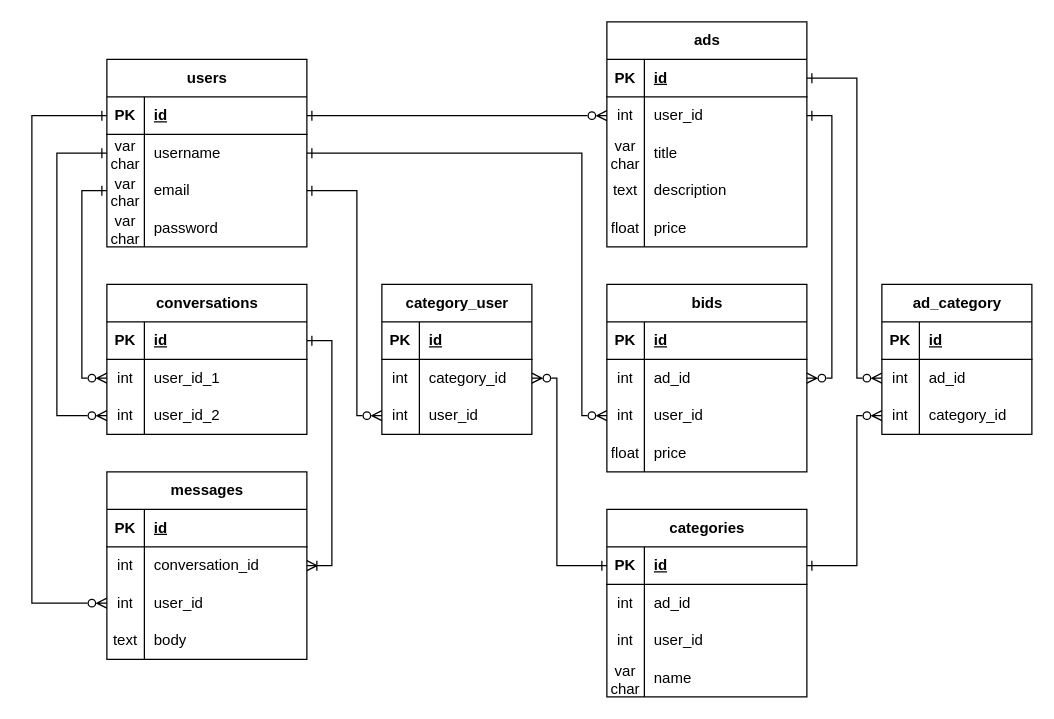
Before: marketplace-database.drawio in LeggyBoiTim/laravel-marketplace, a draw.io diagram. Source tidied: cells renumbered, new cells numbered last; positions are measured from the earlier drawing's top-left corner, leaving out a move shared by most shapes. Both pictures are drawn from the tidied source at 125%, with x=0, y=0 at pixel (31, 21).
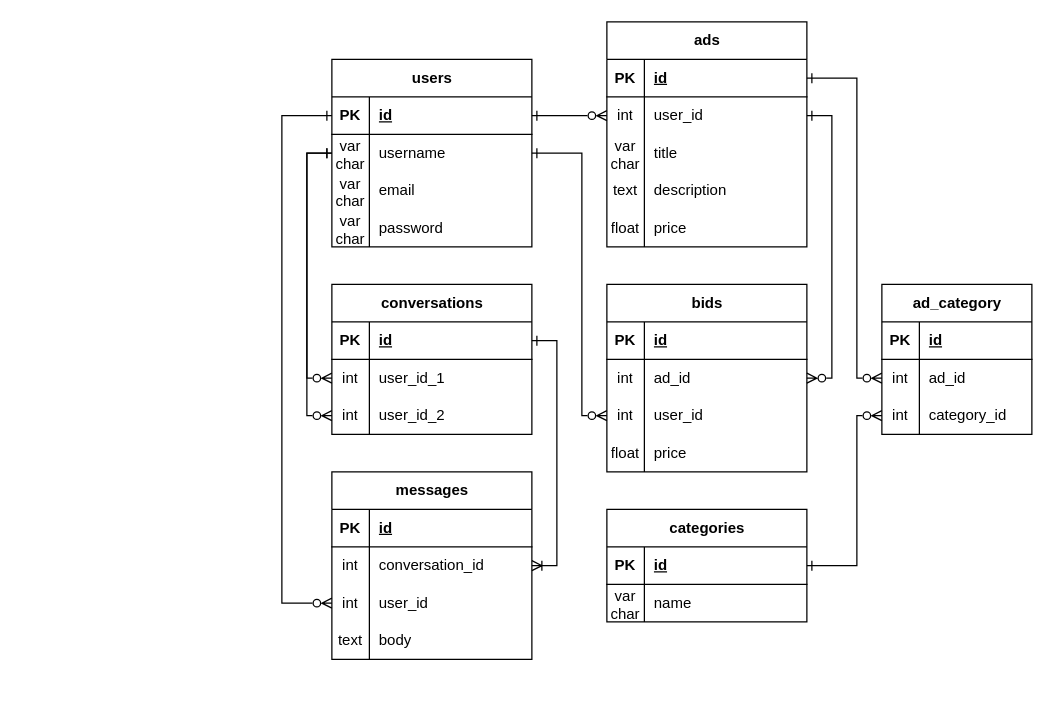
The same page after the edit.

The change refers to these unchanged cells:
```xml
<mxCell id="3" style="shape=tableRow;horizontal=0;startSize=0;swimlaneHead=0;swimlaneBody=0;fillColor=none;points=[[0,0.5],[1,0.5]];portConstraint=eastwest;top=0;left=0;right=0;bottom=1;" parent="2" vertex="1">
  <mxGeometry y="30" width="160" height="30" as="geometry" />
</mxCell>
<mxCell id="6" style="shape=tableRow;horizontal=0;startSize=0;swimlaneHead=0;swimlaneBody=0;fillColor=none;points=[[0,0.5],[1,0.5]];portConstraint=eastwest;top=0;left=0;right=0;bottom=0;" parent="2" vertex="1">
  <mxGeometry y="60" width="160" height="30" as="geometry" />
</mxCell>
<mxCell id="9" style="shape=tableRow;horizontal=0;startSize=0;swimlaneHead=0;swimlaneBody=0;fillColor=none;points=[[0,0.5],[1,0.5]];portConstraint=eastwest;top=0;left=0;right=0;bottom=0;" parent="2" vertex="1">
  <mxGeometry y="90" width="160" height="30" as="geometry" />
</mxCell>
<mxCell id="19" style="shape=tableRow;horizontal=0;startSize=0;swimlaneHead=0;swimlaneBody=0;fillColor=none;points=[[0,0.5],[1,0.5]];portConstraint=eastwest;top=0;left=0;right=0;bottom=0;" parent="15" vertex="1">
  <mxGeometry y="60" width="160" height="30" as="geometry" />
</mxCell>
<mxCell id="45" style="shape=tableRow;horizontal=0;startSize=0;swimlaneHead=0;swimlaneBody=0;fillColor=none;points=[[0,0.5],[1,0.5]];portConstraint=eastwest;top=0;left=0;right=0;bottom=1;" parent="44" vertex="1">
  <mxGeometry y="30" width="160" height="30" as="geometry" />
</mxCell>
<mxCell id="64" style="shape=tableRow;horizontal=0;startSize=0;swimlaneHead=0;swimlaneBody=0;fillColor=none;points=[[0,0.5],[1,0.5]];portConstraint=eastwest;top=0;left=0;right=0;bottom=0;" parent="57" vertex="1">
  <mxGeometry y="90" width="160" height="30" as="geometry" />
</mxCell>
<mxCell id="74" style="shape=tableRow;horizontal=0;startSize=0;swimlaneHead=0;swimlaneBody=0;fillColor=none;points=[[0,0.5],[1,0.5]];portConstraint=eastwest;top=0;left=0;right=0;bottom=0;" parent="70" vertex="1">
  <mxGeometry y="60" width="160" height="30" as="geometry" />
</mxCell>
<mxCell id="77" style="shape=tableRow;horizontal=0;startSize=0;swimlaneHead=0;swimlaneBody=0;fillColor=none;points=[[0,0.5],[1,0.5]];portConstraint=eastwest;top=0;left=0;right=0;bottom=0;" parent="70" vertex="1">
  <mxGeometry y="90" width="160" height="30" as="geometry" />
</mxCell>
```

Diff of the diagram source:
```diff
@@
     <mxCell id="2" value="users" style="shape=table;startSize=30;childLayout=tableLayout;rowLines=0;fontStyle=1;align=center;html=1;" parent="1" vertex="1">
-      <mxGeometry x="60" y="30" width="160" height="150" as="geometry" />
+      <mxGeometry x="240" y="30" width="160" height="150" as="geometry" />
     </mxCell>
@@
     <mxCell id="44" value="categories" style="shape=table;startSize=30;childLayout=tableLayout;rowLines=0;fontStyle=1;align=center;html=1;" parent="1" vertex="1">
-      <mxGeometry x="460" y="390" width="160" height="150" as="geometry" />
+      <mxGeometry x="460" y="390" width="160" height="90" as="geometry" />
     </mxCell>
@@
-    <mxCell id="48" style="shape=tableRow;horizontal=0;startSize=0;swimlaneHead=0;swimlaneBody=0;fillColor=none;top=0;left=0;right=0;bottom=0;" parent="44" vertex="1">
-      <mxGeometry y="60" width="160" height="30" as="geometry" />
-    </mxCell>
-    <mxCell id="49" value="int" style="shape=partialRectangle;fillColor=none;top=0;left=0;bottom=0;right=0;overflow=hidden;whiteSpace=wrap;html=1;" parent="48" vertex="1">
-      <mxGeometry width="30" height="30" as="geometry" />
-    </mxCell>
-    <mxCell id="50" value="ad_id" style="shape=partialRectangle;fillColor=none;top=0;left=0;bottom=0;right=0;align=left;spacingLeft=6;overflow=hidden;whiteSpace=wrap;html=1;" parent="48" vertex="1">
-      <mxGeometry x="30" width="130" height="30" as="geometry" />
-    </mxCell>
-    <mxCell id="51" style="shape=tableRow;horizontal=0;startSize=0;swimlaneHead=0;swimlaneBody=0;fillColor=none;top=0;left=0;right=0;bottom=0;" parent="44" vertex="1">
-      <mxGeometry y="90" width="160" height="30" as="geometry" />
-    </mxCell>
-    <mxCell id="52" value="int" style="shape=partialRectangle;fillColor=none;top=0;left=0;bottom=0;right=0;overflow=hidden;whiteSpace=wrap;html=1;" parent="51" vertex="1">
-      <mxGeometry width="30" height="30" as="geometry" />
-    </mxCell>
-    <mxCell id="53" value="user_id" style="shape=partialRectangle;fillColor=none;top=0;left=0;bottom=0;right=0;align=left;spacingLeft=6;overflow=hidden;whiteSpace=wrap;html=1;" parent="51" vertex="1">
-      <mxGeometry x="30" width="130" height="30" as="geometry" />
-    </mxCell>
     <mxCell id="54" style="shape=tableRow;horizontal=0;startSize=0;swimlaneHead=0;swimlaneBody=0;fillColor=none;top=0;left=0;right=0;bottom=0;" parent="44" vertex="1">
-      <mxGeometry y="120" width="160" height="30" as="geometry" />
+      <mxGeometry y="60" width="160" height="30" as="geometry" />
     </mxCell>
@@
     <mxCell id="57" value="messages" style="shape=table;startSize=30;childLayout=tableLayout;rowLines=0;fontStyle=1;align=center;html=1;" parent="1" vertex="1">
-      <mxGeometry x="60" y="360" width="160" height="150" as="geometry" />
+      <mxGeometry x="240" y="360" width="160" height="150" as="geometry" />
     </mxCell>
@@
     <mxCell id="70" value="conversations" style="shape=table;startSize=30;childLayout=tableLayout;rowLines=0;fontStyle=1;align=center;html=1;" parent="1" vertex="1">
-      <mxGeometry x="60" y="210" width="160" height="120" as="geometry" />
+      <mxGeometry x="240" y="210" width="160" height="120" as="geometry" />
     </mxCell>
@@
     <mxCell id="80" style="edgeStyle=orthogonalEdgeStyle;rounded=0;jettySize=auto;html=1;exitX=1;exitY=0.5;exitDx=0;exitDy=0;entryX=0;entryY=0.5;entryDx=0;entryDy=0;endArrow=ERzeroToMany;endFill=0;startArrow=ERone;startFill=0;" parent="1" edge="1" source="3" target="19">
       <mxGeometry relative="1" as="geometry">
         <Array as="points">
-          <mxPoint x="370" y="75" />
-          <mxPoint x="370" y="75" />
+          <mxPoint x="420" y="75" />
+          <mxPoint x="420" y="75" />
         </Array>
       </mxGeometry>
     </mxCell>
@@
     <mxCell id="84" style="edgeStyle=orthogonalEdgeStyle;rounded=0;jettySize=auto;html=1;exitX=0;exitY=0.5;exitDx=0;exitDy=0;entryX=0;entryY=0.5;entryDx=0;entryDy=0;endArrow=ERzeroToMany;endFill=0;startArrow=ERone;startFill=0;" parent="1" edge="1" source="3" target="64">
       <mxGeometry relative="1" as="geometry">
         <Array as="points">
-          <mxPoint y="75" />
-          <mxPoint y="465" />
+          <mxPoint x="200" y="75" />
+          <mxPoint x="200" y="465" />
         </Array>
       </mxGeometry>
     </mxCell>
-    <mxCell id="85" style="edgeStyle=orthogonalEdgeStyle;rounded=0;jettySize=auto;html=1;exitX=0;exitY=0.5;exitDx=0;exitDy=0;entryX=0;entryY=0.5;entryDx=0;entryDy=0;endArrow=ERzeroToMany;endFill=0;startArrow=ERone;startFill=0;" parent="1" edge="1" source="9" target="74">
-      <mxGeometry relative="1" as="geometry" />
-    </mxCell>
     <mxCell id="86" style="edgeStyle=orthogonalEdgeStyle;rounded=0;jettySize=auto;html=1;exitX=0;exitY=0.5;exitDx=0;exitDy=0;entryX=0;entryY=0.5;entryDx=0;entryDy=0;endArrow=ERzeroToMany;endFill=0;startArrow=ERone;startFill=0;" parent="1" edge="1" source="6" target="77">
       <mxGeometry relative="1" as="geometry">
         <Array as="points">
-          <mxPoint x="20" y="105" />
-          <mxPoint x="20" y="315" />
+          <mxPoint x="220" y="105" />
+          <mxPoint x="220" y="315" />
         </Array>
       </mxGeometry>
     </mxCell>
-    <mxCell id="87" value="category_user" style="shape=table;startSize=30;childLayout=tableLayout;rowLines=0;fontStyle=1;align=center;html=1;" parent="1" vertex="1">
-      <mxGeometry x="280" y="210" width="120" height="120" as="geometry" />
-    </mxCell>
-    <mxCell id="88" style="shape=tableRow;horizontal=0;startSize=0;swimlaneHead=0;swimlaneBody=0;fillColor=none;top=0;left=0;right=0;bottom=1;" parent="87" vertex="1">
-      <mxGeometry y="30" width="120" height="30" as="geometry" />
-    </mxCell>
-    <mxCell id="89" value="PK" style="shape=partialRectangle;fillColor=none;top=0;left=0;bottom=0;right=0;fontStyle=1;overflow=hidden;whiteSpace=wrap;html=1;" parent="88" vertex="1">
-      <mxGeometry width="30" height="30" as="geometry" />
-    </mxCell>
-    <mxCell id="90" value="id" style="shape=partialRectangle;fillColor=none;top=0;left=0;bottom=0;right=0;align=left;spacingLeft=6;fontStyle=5;overflow=hidden;whiteSpace=wrap;html=1;" parent="88" vertex="1">
-      <mxGeometry x="30" width="90" height="30" as="geometry" />
-    </mxCell>
-    <mxCell id="91" style="shape=tableRow;horizontal=0;startSize=0;swimlaneHead=0;swimlaneBody=0;fillColor=none;points=[[0,0.5],[1,0.5]];portConstraint=eastwest;top=0;left=0;right=0;bottom=0;" parent="87" vertex="1">
-      <mxGeometry y="60" width="120" height="30" as="geometry" />
-    </mxCell>
-    <mxCell id="92" value="int" style="shape=partialRectangle;fillColor=none;top=0;left=0;bottom=0;right=0;overflow=hidden;whiteSpace=wrap;html=1;" parent="91" vertex="1">
-      <mxGeometry width="30" height="30" as="geometry" />
-    </mxCell>
-    <mxCell id="93" value="category_id" style="shape=partialRectangle;fillColor=none;top=0;left=0;bottom=0;right=0;align=left;spacingLeft=6;overflow=hidden;whiteSpace=wrap;html=1;" parent="91" vertex="1">
-      <mxGeometry x="30" width="90" height="30" as="geometry" />
-    </mxCell>
-    <mxCell id="94" style="shape=tableRow;horizontal=0;startSize=0;swimlaneHead=0;swimlaneBody=0;fillColor=none;points=[[0,0.5],[1,0.5]];portConstraint=eastwest;top=0;left=0;right=0;bottom=0;" parent="87" vertex="1">
-      <mxGeometry y="90" width="120" height="30" as="geometry" />
-    </mxCell>
-    <mxCell id="95" value="int" style="shape=partialRectangle;fillColor=none;top=0;left=0;bottom=0;right=0;overflow=hidden;whiteSpace=wrap;html=1;" parent="94" vertex="1">
-      <mxGeometry width="30" height="30" as="geometry" />
-    </mxCell>
-    <mxCell id="96" value="user_id" style="shape=partialRectangle;fillColor=none;top=0;left=0;bottom=0;right=0;align=left;spacingLeft=6;overflow=hidden;whiteSpace=wrap;html=1;" parent="94" vertex="1">
-      <mxGeometry x="30" width="90" height="30" as="geometry" />
-    </mxCell>
@@
-    <mxCell id="107" style="edgeStyle=orthogonalEdgeStyle;rounded=0;jettySize=auto;html=1;exitX=1;exitY=0.5;exitDx=0;exitDy=0;entryX=0;entryY=0.5;entryDx=0;entryDy=0;endArrow=ERzeroToMany;endFill=0;startArrow=ERone;startFill=0;" parent="1" edge="1" source="9" target="94">
-      <mxGeometry relative="1" as="geometry">
-        <Array as="points">
-          <mxPoint x="260" y="135" />
-          <mxPoint x="260" y="315" />
-        </Array>
-      </mxGeometry>
-    </mxCell>
-    <mxCell id="108" style="edgeStyle=orthogonalEdgeStyle;rounded=0;jettySize=auto;html=1;exitX=0;exitY=0.5;exitDx=0;exitDy=0;entryX=1;entryY=0.5;entryDx=0;entryDy=0;endArrow=ERzeroToMany;endFill=0;startArrow=ERone;startFill=0;" parent="1" edge="1" source="45" target="91">
-      <mxGeometry relative="1" as="geometry">
-        <Array as="points">
-          <mxPoint x="420" y="435" />
-          <mxPoint x="420" y="285" />
-        </Array>
-      </mxGeometry>
-    </mxCell>
@@
+    <mxCell id="111" style="edgeStyle=orthogonalEdgeStyle;rounded=0;jettySize=auto;html=1;exitX=0;exitY=0.5;exitDx=0;exitDy=0;entryX=0;entryY=0.5;entryDx=0;entryDy=0;endArrow=ERzeroToMany;endFill=0;startArrow=ERone;startFill=0;" parent="1" edge="1" source="6" target="74">
+      <mxGeometry relative="1" as="geometry" />
+    </mxCell>
```
